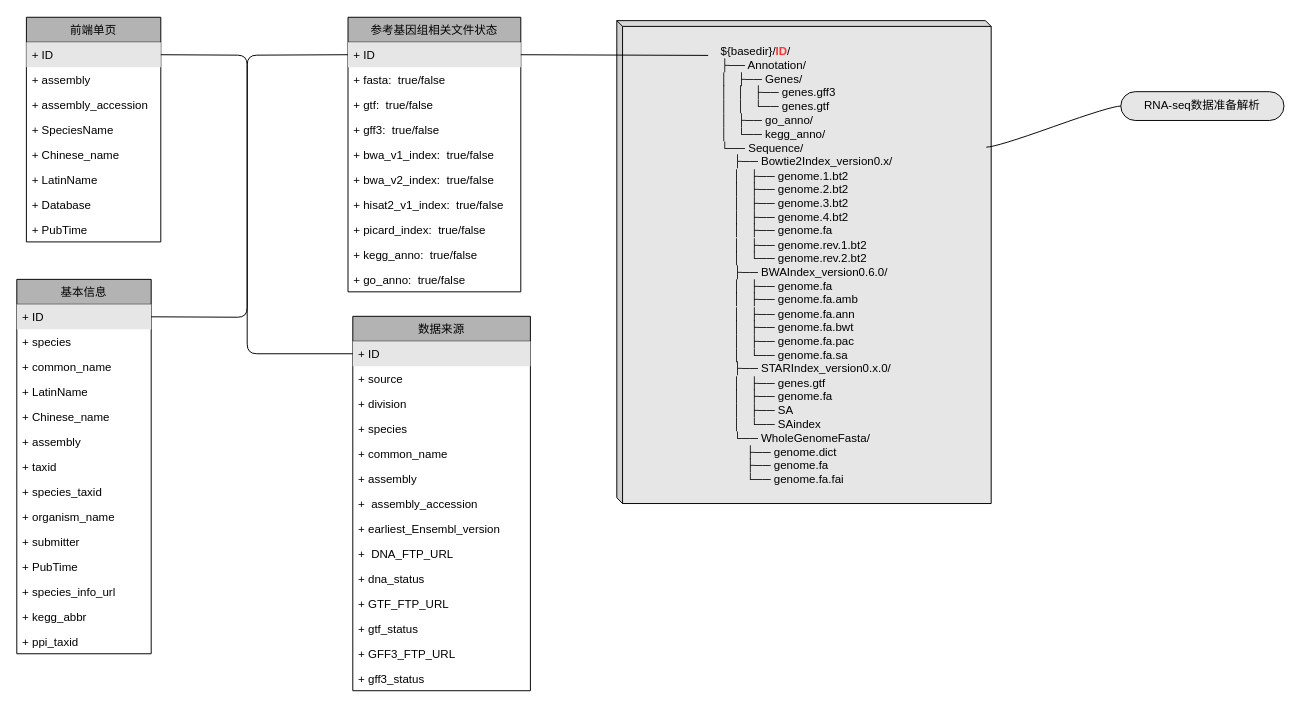
lidanqing123/drawio.picture keeps this draw.io diagram as 参考基因组数据库架构.drawio. Above is the earlier version. Source tidied: cells renumbered, new cells numbered last; positions are measured from the earlier drawing's top-left corner, leaving out a move shared by most shapes. Both pictures are drawn from the tidied source at 96%, with x=0, y=0 at pixel (16, 16).
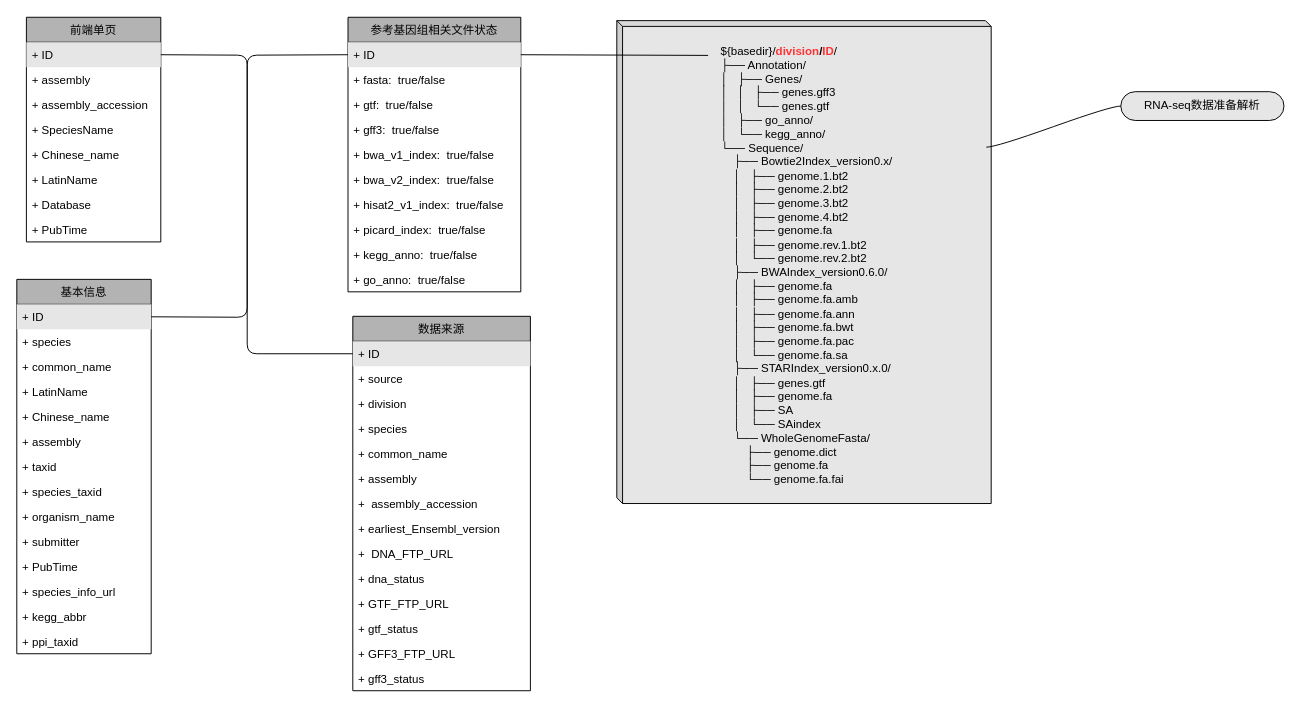
After the change.

Commit message:
更新参考基因组数据库架构.drawio

Diff of the diagram source:
```diff
@@
-    <mxCell id="52" value="&lt;blockquote&gt;&lt;blockquote&gt;&lt;div align=&quot;left&quot;&gt;${basedir}/&lt;font color=&quot;#FF3333&quot;&gt;&lt;b&gt;ID&lt;/b&gt;&lt;font color=&quot;#000000&quot;&gt;/&lt;/font&gt;&lt;/font&gt;&lt;br&gt;├── Annotation/&lt;br&gt;│&amp;nbsp;&amp;nbsp; ├── Genes/&lt;br&gt;│&amp;nbsp;&amp;nbsp; │&amp;nbsp;&amp;nbsp; ├── genes.gff3&lt;br&gt;│&amp;nbsp;&amp;nbsp; │&amp;nbsp;&amp;nbsp; └── genes.gtf&lt;br&gt;│&amp;nbsp;&amp;nbsp; ├── go_anno/&lt;br&gt;│&amp;nbsp;&amp;nbsp; └── kegg_anno/&lt;br&gt;└── Sequence/&lt;br&gt;&amp;nbsp;&amp;nbsp;&amp;nbsp; ├── Bowtie2Index_version0.x/&lt;br&gt;&amp;nbsp;&amp;nbsp;&amp;nbsp; │&amp;nbsp;&amp;nbsp; ├── genome.1.bt2&lt;br&gt;&amp;nbsp;&amp;nbsp;&amp;nbsp; │&amp;nbsp;&amp;nbsp; ├── genome.2.bt2&lt;br&gt;&amp;nbsp;&amp;nbsp;&amp;nbsp; │&amp;nbsp;&amp;nbsp; ├── genome.3.bt2&lt;br&gt;&amp;nbsp;&amp;nbsp;&amp;nbsp; │&amp;nbsp;&amp;nbsp; ├── genome.4.bt2&lt;br&gt;&amp;nbsp;&amp;nbsp;&amp;nbsp; │&amp;nbsp;&amp;nbsp; ├── genome.fa&lt;br&gt;&amp;nbsp;&amp;nbsp;&amp;nbsp; │&amp;nbsp;&amp;nbsp; ├── genome.rev.1.bt2&lt;br&gt;&amp;nbsp;&amp;nbsp;&amp;nbsp; │&amp;nbsp;&amp;nbsp; └── genome.rev.2.bt2&lt;br&gt;&amp;nbsp;&amp;nbsp;&amp;nbsp; ├── BWAIndex_version0.6.0/&lt;br&gt;&amp;nbsp;&amp;nbsp;&amp;nbsp; │&amp;nbsp;&amp;nbsp; ├── genome.fa&lt;br&gt;&amp;nbsp;&amp;nbsp;&amp;nbsp; │&amp;nbsp;&amp;nbsp; ├── genome.fa.amb&lt;br&gt;&amp;nbsp;&amp;nbsp;&amp;nbsp; │&amp;nbsp;&amp;nbsp; ├── genome.fa.ann&lt;br&gt;&amp;nbsp;&amp;nbsp;&amp;nbsp; │&amp;nbsp;&amp;nbsp; ├── genome.fa.bwt&lt;br&gt;&amp;nbsp;&amp;nbsp;&amp;nbsp; │&amp;nbsp;&amp;nbsp; ├── genome.fa.pac&lt;br&gt;&amp;nbsp;&amp;nbsp;&amp;nbsp; │&amp;nbsp;&amp;nbsp; └── genome.fa.sa&lt;br&gt;&amp;nbsp;&amp;nbsp;&amp;nbsp; ├── STARIndex_version0.x.0/&lt;br&gt;&amp;nbsp;&amp;nbsp;&amp;nbsp; │&amp;nbsp;&amp;nbsp; ├── genes.gtf&lt;br&gt;&amp;nbsp;&amp;nbsp;&amp;nbsp; │&amp;nbsp;&amp;nbsp; ├── genome.fa&lt;br&gt;&amp;nbsp;&amp;nbsp;&amp;nbsp; │&amp;nbsp;&amp;nbsp; ├── SA&lt;br&gt;&amp;nbsp;&amp;nbsp;&amp;nbsp; │&amp;nbsp;&amp;nbsp; └── SAindex&lt;br&gt;&amp;nbsp;&amp;nbsp;&amp;nbsp; └── WholeGenomeFasta/&lt;br&gt;&amp;nbsp;&amp;nbsp;&amp;nbsp;&amp;nbsp;&amp;nbsp;&amp;nbsp;&amp;nbsp; ├── genome.dict&lt;br&gt;&amp;nbsp;&amp;nbsp;&amp;nbsp;&amp;nbsp;&amp;nbsp;&amp;nbsp;&amp;nbsp; ├── genome.fa&lt;br&gt;&amp;nbsp;&amp;nbsp;&amp;nbsp;&amp;nbsp;&amp;nbsp;&amp;nbsp;&amp;nbsp; └── genome.fa.fai&lt;br&gt;&lt;/div&gt;&lt;/blockquote&gt;&lt;/blockquote&gt;" style="shape=cube;whiteSpace=wrap;html=1;boundedLbl=1;backgroundOutline=1;darkOpacity=0.05;darkOpacity2=0.1;fillColor=#E6E6E6;size=6;" parent="1" vertex="1">
+    <mxCell id="52" value="&lt;blockquote&gt;&lt;blockquote&gt;&lt;div align=&quot;left&quot;&gt;${basedir}/&lt;font color=&quot;#FF3333&quot;&gt;&lt;b&gt;division&lt;font color=&quot;#000000&quot;&gt;/&lt;/font&gt;ID&lt;/b&gt;&lt;font color=&quot;#000000&quot;&gt;/&lt;/font&gt;&lt;/font&gt;&lt;br&gt;├── Annotation/&lt;br&gt;│&amp;nbsp;&amp;nbsp; ├── Genes/&lt;br&gt;│&amp;nbsp;&amp;nbsp; │&amp;nbsp;&amp;nbsp; ├── genes.gff3&lt;br&gt;│&amp;nbsp;&amp;nbsp; │&amp;nbsp;&amp;nbsp; └── genes.gtf&lt;br&gt;│&amp;nbsp;&amp;nbsp; ├── go_anno/&lt;br&gt;│&amp;nbsp;&amp;nbsp; └── kegg_anno/&lt;br&gt;└── Sequence/&lt;br&gt;&amp;nbsp;&amp;nbsp;&amp;nbsp; ├── Bowtie2Index_version0.x/&lt;br&gt;&amp;nbsp;&amp;nbsp;&amp;nbsp; │&amp;nbsp;&amp;nbsp; ├── genome.1.bt2&lt;br&gt;&amp;nbsp;&amp;nbsp;&amp;nbsp; │&amp;nbsp;&amp;nbsp; ├── genome.2.bt2&lt;br&gt;&amp;nbsp;&amp;nbsp;&amp;nbsp; │&amp;nbsp;&amp;nbsp; ├── genome.3.bt2&lt;br&gt;&amp;nbsp;&amp;nbsp;&amp;nbsp; │&amp;nbsp;&amp;nbsp; ├── genome.4.bt2&lt;br&gt;&amp;nbsp;&amp;nbsp;&amp;nbsp; │&amp;nbsp;&amp;nbsp; ├── genome.fa&lt;br&gt;&amp;nbsp;&amp;nbsp;&amp;nbsp; │&amp;nbsp;&amp;nbsp; ├── genome.rev.1.bt2&lt;br&gt;&amp;nbsp;&amp;nbsp;&amp;nbsp; │&amp;nbsp;&amp;nbsp; └── genome.rev.2.bt2&lt;br&gt;&amp;nbsp;&amp;nbsp;&amp;nbsp; ├── BWAIndex_version0.6.0/&lt;br&gt;&amp;nbsp;&amp;nbsp;&amp;nbsp; │&amp;nbsp;&amp;nbsp; ├── genome.fa&lt;br&gt;&amp;nbsp;&amp;nbsp;&amp;nbsp; │&amp;nbsp;&amp;nbsp; ├── genome.fa.amb&lt;br&gt;&amp;nbsp;&amp;nbsp;&amp;nbsp; │&amp;nbsp;&amp;nbsp; ├── genome.fa.ann&lt;br&gt;&amp;nbsp;&amp;nbsp;&amp;nbsp; │&amp;nbsp;&amp;nbsp; ├── genome.fa.bwt&lt;br&gt;&amp;nbsp;&amp;nbsp;&amp;nbsp; │&amp;nbsp;&amp;nbsp; ├── genome.fa.pac&lt;br&gt;&amp;nbsp;&amp;nbsp;&amp;nbsp; │&amp;nbsp;&amp;nbsp; └── genome.fa.sa&lt;br&gt;&amp;nbsp;&amp;nbsp;&amp;nbsp; ├── STARIndex_version0.x.0/&lt;br&gt;&amp;nbsp;&amp;nbsp;&amp;nbsp; │&amp;nbsp;&amp;nbsp; ├── genes.gtf&lt;br&gt;&amp;nbsp;&amp;nbsp;&amp;nbsp; │&amp;nbsp;&amp;nbsp; ├── genome.fa&lt;br&gt;&amp;nbsp;&amp;nbsp;&amp;nbsp; │&amp;nbsp;&amp;nbsp; ├── SA&lt;br&gt;&amp;nbsp;&amp;nbsp;&amp;nbsp; │&amp;nbsp;&amp;nbsp; └── SAindex&lt;br&gt;&amp;nbsp;&amp;nbsp;&amp;nbsp; └── WholeGenomeFasta/&lt;br&gt;&amp;nbsp;&amp;nbsp;&amp;nbsp;&amp;nbsp;&amp;nbsp;&amp;nbsp;&amp;nbsp; ├── genome.dict&lt;br&gt;&amp;nbsp;&amp;nbsp;&amp;nbsp;&amp;nbsp;&amp;nbsp;&amp;nbsp;&amp;nbsp; ├── genome.fa&lt;br&gt;&amp;nbsp;&amp;nbsp;&amp;nbsp;&amp;nbsp;&amp;nbsp;&amp;nbsp;&amp;nbsp; └── genome.fa.fai&lt;br&gt;&lt;/div&gt;&lt;/blockquote&gt;&lt;/blockquote&gt;" style="shape=cube;whiteSpace=wrap;html=1;boundedLbl=1;backgroundOutline=1;darkOpacity=0.05;darkOpacity2=0.1;fillColor=#E6E6E6;size=6;" parent="1" vertex="1">
       <mxGeometry x="625" y="4" width="390" height="503" as="geometry" />
     </mxCell>
```
